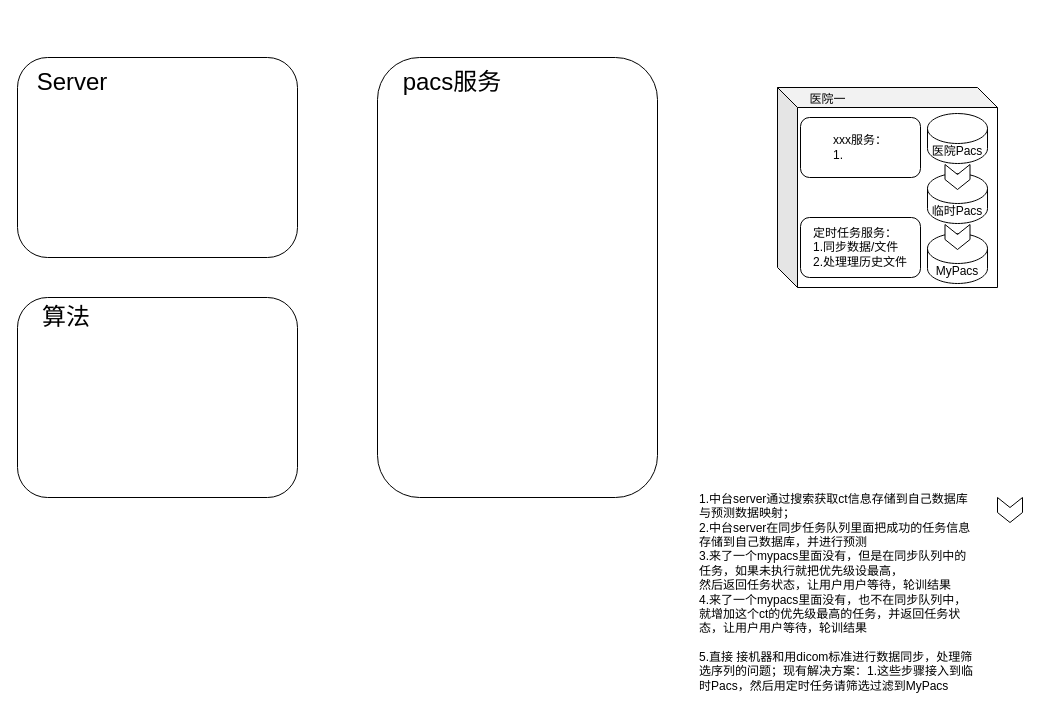
lsm1103/pyupload keeps this draw.io diagram as 未命名绘图.drawio. Above is the earlier version. Source tidied: cells renumbered, new cells numbered last; positions are measured from the earlier drawing's top-left corner, leaving out a move shared by most shapes. Both pictures are drawn from the tidied source at 100%, with x=0, y=0 at pixel (17, 57).
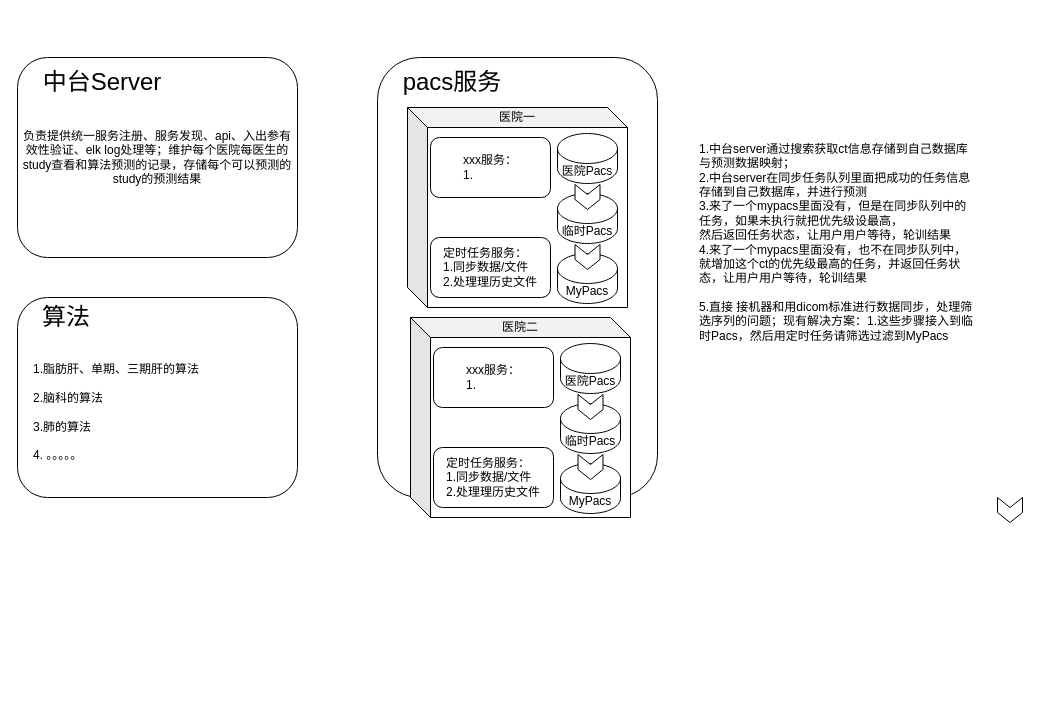
After the change.

Commit message:
普建后端架构.drawio

Unchanged cells that the change refers to:
```xml
<mxCell id="2" style="group;" parent="1" vertex="1">
  <mxGeometry width="280" height="200" as="geometry" />
</mxCell>
```

What changed in the source:
```diff
@@
-    <mxCell id="3" style="rounded=1;whiteSpace=wrap;html=1;" parent="2" vertex="1">
+    <mxCell id="3" value="负责提供统一服务注册、服务发现、api、入出参有效性验证、elk log处理等；维护每个医院每医生的study查看和算法预测的记录，存储每个可以预测的study的预测结果" style="rounded=1;whiteSpace=wrap;html=1;" parent="2" vertex="1">
       <mxGeometry width="280" height="200" as="geometry" />
     </mxCell>
-    <mxCell id="4" value="&lt;font style=&quot;font-size: 24px&quot;&gt;Server&lt;/font&gt;" style="text;html=1;strokeColor=none;fillColor=none;align=center;verticalAlign=middle;whiteSpace=wrap;rounded=0;" parent="2" vertex="1">
-      <mxGeometry x="20" y="10" width="70" height="30" as="geometry" />
+    <mxCell id="4" value="&lt;font style=&quot;font-size: 24px&quot;&gt;中台Server&lt;/font&gt;" style="text;html=1;strokeColor=none;fillColor=none;align=center;verticalAlign=middle;whiteSpace=wrap;rounded=0;" parent="2" vertex="1">
+      <mxGeometry x="20" y="10" width="130" height="30" as="geometry" />
     </mxCell>
     <mxCell id="5" style="group;" parent="1" vertex="1">
-      <mxGeometry y="240" width="280" height="200" as="geometry" />
+      <mxGeometry y="240" width="294" height="250" as="geometry" />
     </mxCell>
@@
+    <mxCell id="23" value="1.脂肪肝、单期、三期肝的算法&lt;br&gt;&lt;br&gt;2.脑科的算法&lt;br&gt;&lt;br&gt;3.肺的算法&lt;br&gt;&lt;br&gt;4. 。。。。。" style="text;html=1;strokeColor=none;fillColor=none;align=left;verticalAlign=middle;whiteSpace=wrap;rounded=0;" parent="5" vertex="1">
+      <mxGeometry x="14" y="40" width="256" height="150" as="geometry" />
+    </mxCell>
     <mxCell id="8" style="group;" parent="1" vertex="1">
-      <mxGeometry x="360" width="280" height="440" as="geometry" />
+      <mxGeometry x="360" width="283" height="440" as="geometry" />
     </mxCell>
@@
-    <mxCell id="11" style="group;" parent="1" vertex="1">
-      <mxGeometry x="640" y="30" width="340" height="260" as="geometry" />
+    <mxCell id="11" style="group;" parent="8" vertex="1">
+      <mxGeometry x="-60" y="-40" width="340" height="260" as="geometry" />
     </mxCell>
+    <mxCell id="24" style="group;" parent="11" vertex="1">
+      <mxGeometry x="90" y="90" width="220" height="200" as="geometry" />
+    </mxCell>
-    <mxCell id="12" style="shape=cube;whiteSpace=wrap;html=1;boundedLbl=1;backgroundOutline=1;darkOpacity=0.05;darkOpacity2=0.1;" parent="11" vertex="1">
-      <mxGeometry x="120" width="220" height="200" as="geometry" />
+    <mxCell id="12" style="shape=cube;whiteSpace=wrap;html=1;boundedLbl=1;backgroundOutline=1;darkOpacity=0.05;darkOpacity2=0.1;" parent="24" vertex="1">
+      <mxGeometry width="220" height="200" as="geometry" />
     </mxCell>
-    <mxCell id="13" value="医院一" style="text;html=1;strokeColor=none;fillColor=none;align=center;verticalAlign=middle;whiteSpace=wrap;rounded=0;" parent="11" vertex="1">
-      <mxGeometry x="145.7" width="48.6" height="23.6" as="geometry" />
-    </mxCell>
-    <mxCell id="14" value="医院Pacs" style="shape=cylinder3;whiteSpace=wrap;html=1;boundedLbl=1;backgroundOutline=1;size=15;" parent="11" vertex="1">
-      <mxGeometry x="270" y="26" width="60" height="50" as="geometry" />
+    <mxCell id="14" value="医院Pacs" style="shape=cylinder3;whiteSpace=wrap;html=1;boundedLbl=1;backgroundOutline=1;size=15;" parent="24" vertex="1">
+      <mxGeometry x="150" y="26" width="60" height="50" as="geometry" />
     </mxCell>
-    <mxCell id="15" value="MyPacs" style="shape=cylinder3;whiteSpace=wrap;html=1;boundedLbl=1;backgroundOutline=1;size=15;" parent="11" vertex="1">
-      <mxGeometry x="270" y="146" width="60" height="50" as="geometry" />
+    <mxCell id="15" value="MyPacs" style="shape=cylinder3;whiteSpace=wrap;html=1;boundedLbl=1;backgroundOutline=1;size=15;" parent="24" vertex="1">
+      <mxGeometry x="150" y="146" width="60" height="50" as="geometry" />
     </mxCell>
-    <mxCell id="16" value="&lt;div style=&quot;text-align: left&quot;&gt;&lt;span&gt;定时任务服务：&lt;/span&gt;&lt;/div&gt;&lt;div style=&quot;text-align: left&quot;&gt;&lt;span&gt;1.同步数据/文件&lt;/span&gt;&lt;/div&gt;&lt;div style=&quot;text-align: left&quot;&gt;&lt;span&gt;2.处理理历史文件&lt;/span&gt;&lt;/div&gt;" style="rounded=1;whiteSpace=wrap;html=1;" parent="11" vertex="1">
-      <mxGeometry x="143" y="130" width="120" height="60" as="geometry" />
+    <mxCell id="16" value="&lt;div style=&quot;text-align: left&quot;&gt;&lt;span&gt;定时任务服务：&lt;/span&gt;&lt;/div&gt;&lt;div style=&quot;text-align: left&quot;&gt;&lt;span&gt;1.同步数据/文件&lt;/span&gt;&lt;/div&gt;&lt;div style=&quot;text-align: left&quot;&gt;&lt;span&gt;2.处理理历史文件&lt;/span&gt;&lt;/div&gt;" style="rounded=1;whiteSpace=wrap;html=1;" parent="24" vertex="1">
+      <mxGeometry x="23" y="130" width="120" height="60" as="geometry" />
     </mxCell>
-    <mxCell id="17" value="临时Pacs" style="shape=cylinder3;whiteSpace=wrap;html=1;boundedLbl=1;backgroundOutline=1;size=15;" parent="11" vertex="1">
-      <mxGeometry x="270" y="86" width="60" height="50" as="geometry" />
+    <mxCell id="17" value="临时Pacs" style="shape=cylinder3;whiteSpace=wrap;html=1;boundedLbl=1;backgroundOutline=1;size=15;" parent="24" vertex="1">
+      <mxGeometry x="150" y="86" width="60" height="50" as="geometry" />
     </mxCell>
-    <mxCell id="18" value="&lt;div style=&quot;text-align: left&quot;&gt;&lt;span&gt;xxx服务：&lt;/span&gt;&lt;/div&gt;&lt;div style=&quot;text-align: left&quot;&gt;1.&lt;/div&gt;" style="rounded=1;whiteSpace=wrap;html=1;" parent="11" vertex="1">
-      <mxGeometry x="143" y="30" width="120" height="60" as="geometry" />
+    <mxCell id="18" value="&lt;div style=&quot;text-align: left&quot;&gt;&lt;span&gt;xxx服务：&lt;/span&gt;&lt;/div&gt;&lt;div style=&quot;text-align: left&quot;&gt;1.&lt;/div&gt;" style="rounded=1;whiteSpace=wrap;html=1;" parent="24" vertex="1">
+      <mxGeometry x="23" y="30" width="120" height="60" as="geometry" />
     </mxCell>
-    <mxCell id="19" style="html=1;shadow=0;dashed=0;align=center;verticalAlign=middle;shape=mxgraph.arrows2.arrow;dy=0;dx=10;notch=10;direction=south;" parent="11" vertex="1">
-      <mxGeometry x="287.5" y="77" width="25" height="25" as="geometry" />
+    <mxCell id="19" style="html=1;shadow=0;dashed=0;align=center;verticalAlign=middle;shape=mxgraph.arrows2.arrow;dy=0;dx=10;notch=10;direction=south;" parent="24" vertex="1">
+      <mxGeometry x="167.5" y="77" width="25" height="25" as="geometry" />
     </mxCell>
-    <mxCell id="20" style="html=1;shadow=0;dashed=0;align=center;verticalAlign=middle;shape=mxgraph.arrows2.arrow;dy=0;dx=10;notch=10;direction=south;" parent="11" vertex="1">
-      <mxGeometry x="287.5" y="137" width="25" height="25" as="geometry" />
+    <mxCell id="20" style="html=1;shadow=0;dashed=0;align=center;verticalAlign=middle;shape=mxgraph.arrows2.arrow;dy=0;dx=10;notch=10;direction=south;" parent="24" vertex="1">
+      <mxGeometry x="167.5" y="137" width="25" height="25" as="geometry" />
     </mxCell>
+    <mxCell id="13" value="医院一" style="text;html=1;strokeColor=none;fillColor=none;align=center;verticalAlign=middle;whiteSpace=wrap;rounded=0;" parent="24" vertex="1">
+      <mxGeometry x="90" width="40" height="20" as="geometry" />
+    </mxCell>
+    <mxCell id="25" style="group;" parent="8" vertex="1">
+      <mxGeometry x="-57" y="170" width="340" height="260" as="geometry" />
+    </mxCell>
+    <mxCell id="26" style="group;" parent="25" vertex="1">
+      <mxGeometry x="90" y="90" width="220" height="200" as="geometry" />
+    </mxCell>
+    <mxCell id="27" style="shape=cube;whiteSpace=wrap;html=1;boundedLbl=1;backgroundOutline=1;darkOpacity=0.05;darkOpacity2=0.1;" parent="26" vertex="1">
+      <mxGeometry width="220" height="200" as="geometry" />
+    </mxCell>
+    <mxCell id="28" value="医院Pacs" style="shape=cylinder3;whiteSpace=wrap;html=1;boundedLbl=1;backgroundOutline=1;size=15;" parent="26" vertex="1">
+      <mxGeometry x="150" y="26" width="60" height="50" as="geometry" />
+    </mxCell>
+    <mxCell id="29" value="MyPacs" style="shape=cylinder3;whiteSpace=wrap;html=1;boundedLbl=1;backgroundOutline=1;size=15;" parent="26" vertex="1">
+      <mxGeometry x="150" y="146" width="60" height="50" as="geometry" />
+    </mxCell>
+    <mxCell id="30" value="&lt;div style=&quot;text-align: left&quot;&gt;&lt;span&gt;定时任务服务：&lt;/span&gt;&lt;/div&gt;&lt;div style=&quot;text-align: left&quot;&gt;&lt;span&gt;1.同步数据/文件&lt;/span&gt;&lt;/div&gt;&lt;div style=&quot;text-align: left&quot;&gt;&lt;span&gt;2.处理理历史文件&lt;/span&gt;&lt;/div&gt;" style="rounded=1;whiteSpace=wrap;html=1;" parent="26" vertex="1">
+      <mxGeometry x="23" y="130" width="120" height="60" as="geometry" />
+    </mxCell>
+    <mxCell id="31" value="临时Pacs" style="shape=cylinder3;whiteSpace=wrap;html=1;boundedLbl=1;backgroundOutline=1;size=15;" parent="26" vertex="1">
+      <mxGeometry x="150" y="86" width="60" height="50" as="geometry" />
+    </mxCell>
+    <mxCell id="32" value="&lt;div style=&quot;text-align: left&quot;&gt;&lt;span&gt;xxx服务：&lt;/span&gt;&lt;/div&gt;&lt;div style=&quot;text-align: left&quot;&gt;1.&lt;/div&gt;" style="rounded=1;whiteSpace=wrap;html=1;" parent="26" vertex="1">
+      <mxGeometry x="23" y="30" width="120" height="60" as="geometry" />
+    </mxCell>
+    <mxCell id="33" style="html=1;shadow=0;dashed=0;align=center;verticalAlign=middle;shape=mxgraph.arrows2.arrow;dy=0;dx=10;notch=10;direction=south;" parent="26" vertex="1">
+      <mxGeometry x="167.5" y="77" width="25" height="25" as="geometry" />
+    </mxCell>
+    <mxCell id="34" style="html=1;shadow=0;dashed=0;align=center;verticalAlign=middle;shape=mxgraph.arrows2.arrow;dy=0;dx=10;notch=10;direction=south;" parent="26" vertex="1">
+      <mxGeometry x="167.5" y="137" width="25" height="25" as="geometry" />
+    </mxCell>
+    <mxCell id="35" value="医院二" style="text;html=1;strokeColor=none;fillColor=none;align=center;verticalAlign=middle;whiteSpace=wrap;rounded=0;" parent="26" vertex="1">
+      <mxGeometry x="90" width="40" height="20" as="geometry" />
+    </mxCell>
@@
     <mxCell id="22" value="1.中台server通过搜索获取ct信息存储到自己数据库与预测数据映射；&lt;br&gt;2.中台server在同步任务队列里面把成功的任务信息存储到自己数据库，并进行预测&lt;br&gt;3.来了一个mypacs里面没有，但是在同步队列中的任务，如果未执行就把优先级设最高，&lt;br&gt;然后返回任务状态，让用户用户等待，轮训结果&lt;br&gt;4.来了一个mypacs里面没有，也不在同步队列中，就增加这个ct的优先级最高的任务，并返回任务状态，让用户用户等待，轮训结果&lt;br&gt;&lt;br&gt;5.直接 接机器和用dicom标准进行数据同步，处理筛选序列的问题；现有解决方案：1.这些步骤接入到临时Pacs，然后用定时任务请筛选过滤到MyPacs" style="text;html=1;strokeColor=none;fillColor=none;align=left;verticalAlign=middle;whiteSpace=wrap;rounded=0;" parent="1" vertex="1">
-      <mxGeometry x="680" y="430" width="280" height="210" as="geometry" />
+      <mxGeometry x="680" y="80" width="280" height="210" as="geometry" />
     </mxCell>
```
